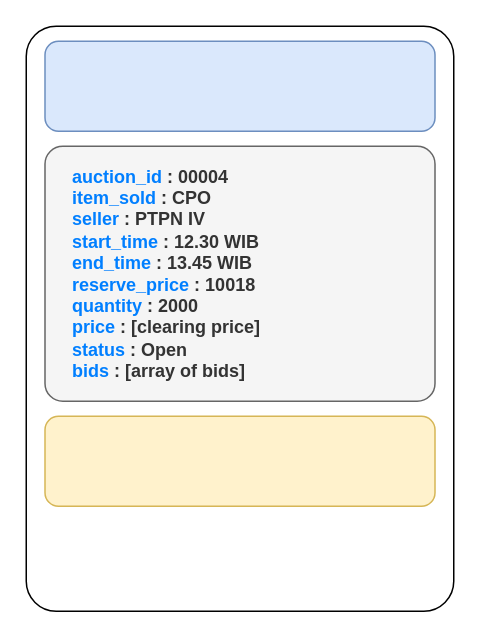
Before: Structure Block.drawio in ariesharry/Diagrams, a draw.io diagram. Source tidied: cells renumbered, new cells numbered last; positions are measured from the earlier drawing's top-left corner, leaving out a move shared by most shapes. Both pictures are drawn from the tidied source at 150%, with x=0, y=0 at pixel (26, 26).
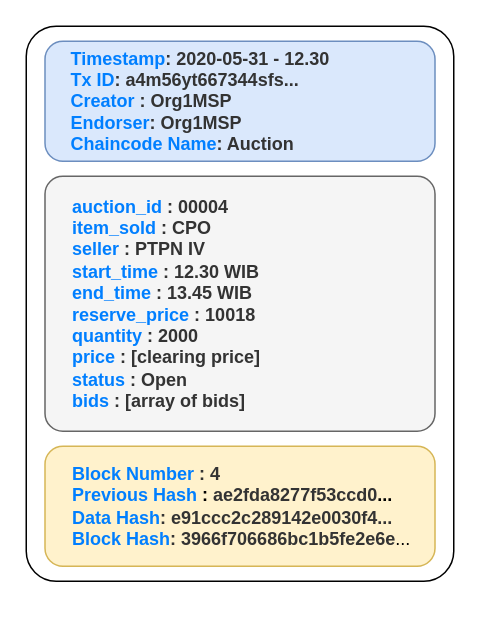
The same page after the edit.

Diff of the diagram source:
```diff
@@
 <mxGraphModel>
   <root>
     <mxCell id="0" />
     <mxCell id="1" parent="0" />
     <mxCell id="2" style="rounded=1;whiteSpace=wrap;html=1;arcSize=7;" parent="1" vertex="1">
-      <mxGeometry width="285" height="390" as="geometry" />
+      <mxGeometry width="285" height="370" as="geometry" />
     </mxCell>
-    <mxCell id="3" style="rounded=1;whiteSpace=wrap;html=1;fillColor=#dae8fc;strokeColor=#6c8ebf;" parent="1" vertex="1">
-      <mxGeometry x="12.5" y="10" width="260" height="60" as="geometry" />
+    <mxCell id="3" value="&lt;div style=&quot;border-color: var(--border-color);&quot;&gt;&lt;/div&gt;&lt;b style=&quot;border-color: var(--border-color);&quot;&gt;&lt;font style=&quot;border-color: var(--border-color);&quot; color=&quot;#007fff&quot;&gt;Timestamp&lt;/font&gt;&lt;font style=&quot;border-color: var(--border-color);&quot; color=&quot;#333333&quot;&gt;:&amp;nbsp;&lt;/font&gt;&lt;/b&gt;&lt;font color=&quot;#333333&quot;&gt;&lt;b&gt;2020-05-31 - 12.30&lt;/b&gt;&lt;/font&gt;&lt;div style=&quot;border-color: var(--border-color);&quot;&gt;&lt;b style=&quot;border-color: var(--border-color);&quot;&gt;&lt;font color=&quot;#007fff&quot;&gt;Tx ID&lt;/font&gt;&lt;font color=&quot;#333333&quot;&gt;: a4m56yt667344sfs...&lt;/font&gt;&lt;/b&gt;&lt;/div&gt;&lt;div style=&quot;border-color: var(--border-color); color: rgb(51, 51, 51);&quot;&gt;&lt;b style=&quot;border-color: var(--border-color);&quot;&gt;&lt;font style=&quot;border-color: var(--border-color);&quot; color=&quot;#007fff&quot;&gt;Creator&lt;/font&gt;&amp;nbsp;: Org1MSP&lt;/b&gt;&lt;/div&gt;&lt;div style=&quot;border-color: var(--border-color);&quot;&gt;&lt;b style=&quot;border-color: var(--border-color);&quot;&gt;&lt;font color=&quot;#007fff&quot;&gt;Endorser&lt;/font&gt;&lt;font color=&quot;#333333&quot;&gt;: Org1MSP&lt;/font&gt;&lt;/b&gt;&lt;/div&gt;&lt;div style=&quot;border-color: var(--border-color);&quot;&gt;&lt;b style=&quot;border-color: var(--border-color);&quot;&gt;&lt;b style=&quot;border-color: var(--border-color);&quot;&gt;&lt;font style=&quot;border-color: var(--border-color);&quot; color=&quot;#007fff&quot;&gt;Chaincode Name&lt;/font&gt;&lt;font style=&quot;border-color: var(--border-color);&quot; color=&quot;#333333&quot;&gt;: Auction&lt;/font&gt;&lt;/b&gt;&lt;font color=&quot;#333333&quot;&gt;&lt;br&gt;&lt;/font&gt;&lt;/b&gt;&lt;/div&gt;" style="rounded=1;whiteSpace=wrap;html=1;fillColor=#dae8fc;strokeColor=#6c8ebf;align=left;spacingLeft=15;" parent="1" vertex="1">
+      <mxGeometry x="12.5" y="10" width="260" height="80" as="geometry" />
     </mxCell>
     <mxCell id="4" value="&lt;div&gt;&lt;b&gt;&lt;font color=&quot;#007fff&quot;&gt;auction_id&lt;/font&gt; : 00004&lt;/b&gt;&lt;/div&gt;&lt;div&gt;&lt;b&gt;&lt;font color=&quot;#007fff&quot;&gt;item_sold&lt;/font&gt; : CPO&lt;/b&gt;&lt;/div&gt;&lt;div&gt;&lt;b&gt;&lt;font color=&quot;#007fff&quot;&gt;seller&lt;/font&gt; : PTPN IV&lt;/b&gt;&lt;/div&gt;&lt;div&gt;&lt;b&gt;&lt;font color=&quot;#007fff&quot;&gt;start_time&lt;/font&gt; : 12.30 WIB&lt;/b&gt;&lt;/div&gt;&lt;div&gt;&lt;b&gt;&lt;font color=&quot;#007fff&quot;&gt;end_time&lt;/font&gt; : 13.45 WIB&lt;/b&gt;&lt;/div&gt;&lt;div&gt;&lt;b&gt;&lt;font color=&quot;#007fff&quot;&gt;reserve_price&lt;/font&gt; : 10018&lt;/b&gt;&lt;/div&gt;&lt;div&gt;&lt;b&gt;&lt;font color=&quot;#007fff&quot;&gt;quantity &lt;/font&gt;: 2000&lt;/b&gt;&lt;/div&gt;&lt;div&gt;&lt;b&gt;&lt;font color=&quot;#007fff&quot;&gt;price &lt;/font&gt;: [clearing price]&lt;/b&gt;&lt;/div&gt;&lt;div&gt;&lt;b&gt;&lt;font color=&quot;#007fff&quot;&gt;status &lt;/font&gt;: Open&lt;/b&gt;&lt;/div&gt;&lt;div&gt;&lt;b&gt;&lt;font color=&quot;#007fff&quot;&gt;bids &lt;/font&gt;: [array of bids]&lt;/b&gt;&lt;/div&gt;" style="rounded=1;whiteSpace=wrap;html=1;align=left;spacingLeft=16;arcSize=7;verticalAlign=middle;fillColor=#f5f5f5;fontColor=#333333;strokeColor=#666666;" parent="1" vertex="1">
-      <mxGeometry x="12.5" y="80" width="260" height="170" as="geometry" />
+      <mxGeometry x="12.5" y="100" width="260" height="170" as="geometry" />
     </mxCell>
-    <mxCell id="5" style="rounded=1;whiteSpace=wrap;html=1;fillColor=#fff2cc;strokeColor=#d6b656;" parent="1" vertex="1">
-      <mxGeometry x="12.5" y="260" width="260" height="60" as="geometry" />
+    <mxCell id="5" value="&lt;div style=&quot;border-color: var(--border-color);&quot;&gt;&lt;b style=&quot;border-color: var(--border-color); color: rgb(51, 51, 51);&quot;&gt;&lt;font style=&quot;border-color: var(--border-color);&quot; color=&quot;#007fff&quot;&gt;Block Number&lt;/font&gt;&amp;nbsp;: 4&lt;/b&gt;&lt;br&gt;&lt;/div&gt;&lt;b style=&quot;border-color: var(--border-color);&quot;&gt;&lt;font style=&quot;border-color: var(--border-color);&quot;&gt;&lt;font color=&quot;#007fff&quot;&gt;Previous Hash&amp;nbsp;&lt;/font&gt;&lt;b style=&quot;background-color: initial; border-color: var(--border-color);&quot;&gt;&lt;font style=&quot;border-color: var(--border-color);&quot; color=&quot;#333333&quot;&gt;&lt;font color=&quot;#000000&quot;&gt;:&amp;nbsp;&lt;/font&gt;ae2fda8277f53ccd0&lt;font color=&quot;#000000&quot;&gt;...&lt;/font&gt;&lt;br&gt;&lt;/font&gt;&lt;/b&gt;&lt;font color=&quot;#007fff&quot;&gt;Data Hash&lt;/font&gt;&lt;font color=&quot;#333333&quot;&gt;:&amp;nbsp;&lt;/font&gt;&lt;/font&gt;&lt;font color=&quot;#333333&quot; style=&quot;border-color: var(--border-color);&quot;&gt;e91ccc2c289142e0030f4&lt;/font&gt;&lt;font color=&quot;#007fff&quot; style=&quot;border-color: var(--border-color);&quot;&gt;&lt;font color=&quot;#333333&quot;&gt;...&lt;/font&gt;&lt;br&gt;Block Hash&lt;/font&gt;&lt;font color=&quot;#007fff&quot; style=&quot;color: rgb(51, 51, 51); border-color: var(--border-color);&quot;&gt;:&amp;nbsp;&lt;/font&gt;&lt;/b&gt;&lt;b&gt;&lt;font color=&quot;#333333&quot;&gt;3966f706686bc1b5fe2e6e&lt;/font&gt;&lt;/b&gt;..." style="rounded=1;whiteSpace=wrap;html=1;fillColor=#fff2cc;strokeColor=#d6b656;align=left;spacingLeft=16;" parent="1" vertex="1">
+      <mxGeometry x="12.5" y="280" width="260" height="80" as="geometry" />
     </mxCell>
   </root>
 </mxGraphModel>
```
